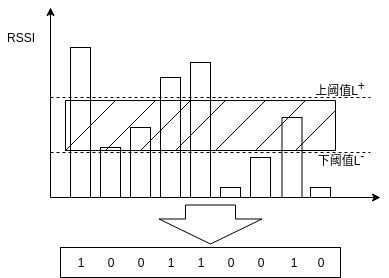
Above: images/two_quantization.png in 2997215859/GraduationDissertation (draw.io), before the change. Source tidied: cells renumbered, new cells last; positions are measured from the earlier drawing's top-left corner, leaving out a move shared by most shapes.
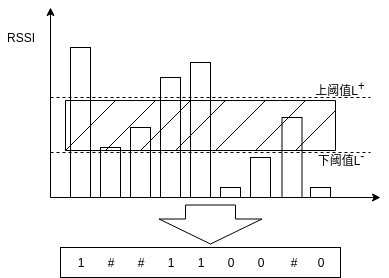
After the commit.

Diff of the diagram source:
```diff
@@ -65,10 +65,10 @@
     <mxCell id="18" value="1" style="text;html=1;strokeColor=none;fillColor=none;align=center;verticalAlign=middle;whiteSpace=wrap;rounded=0;" parent="1" vertex="1">
       <mxGeometry x="70" y="245" width="20" height="20" as="geometry" />
     </mxCell>
-    <mxCell id="19" value="0" style="text;html=1;strokeColor=none;fillColor=none;align=center;verticalAlign=middle;whiteSpace=wrap;rounded=0;" parent="1" vertex="1">
+    <mxCell id="19" value="#" style="text;html=1;strokeColor=none;fillColor=none;align=center;verticalAlign=middle;whiteSpace=wrap;rounded=0;" parent="1" vertex="1">
       <mxGeometry x="100" y="245" width="20" height="20" as="geometry" />
     </mxCell>
-    <mxCell id="20" value="0" style="text;html=1;strokeColor=none;fillColor=none;align=center;verticalAlign=middle;whiteSpace=wrap;rounded=0;" parent="1" vertex="1">
+    <mxCell id="20" value="#" style="text;html=1;strokeColor=none;fillColor=none;align=center;verticalAlign=middle;whiteSpace=wrap;rounded=0;" parent="1" vertex="1">
       <mxGeometry x="130" y="245" width="20" height="20" as="geometry" />
     </mxCell>
     <mxCell id="21" value="1" style="text;html=1;strokeColor=none;fillColor=none;align=center;verticalAlign=middle;whiteSpace=wrap;rounded=0;" parent="1" vertex="1">
@@ -83,7 +83,7 @@
     <mxCell id="24" value="0" style="text;html=1;strokeColor=none;fillColor=none;align=center;verticalAlign=middle;whiteSpace=wrap;rounded=0;" parent="1" vertex="1">
       <mxGeometry x="250" y="245" width="20" height="20" as="geometry" />
     </mxCell>
-    <mxCell id="25" value="1" style="text;html=1;strokeColor=none;fillColor=none;align=center;verticalAlign=middle;whiteSpace=wrap;rounded=0;" parent="1" vertex="1">
+    <mxCell id="25" value="#" style="text;html=1;strokeColor=none;fillColor=none;align=center;verticalAlign=middle;whiteSpace=wrap;rounded=0;" parent="1" vertex="1">
       <mxGeometry x="283" y="245" width="20" height="20" as="geometry" />
     </mxCell>
     <mxCell id="26" value="0" style="text;html=1;strokeColor=none;fillColor=none;align=center;verticalAlign=middle;whiteSpace=wrap;rounded=0;" parent="1" vertex="1">
```
